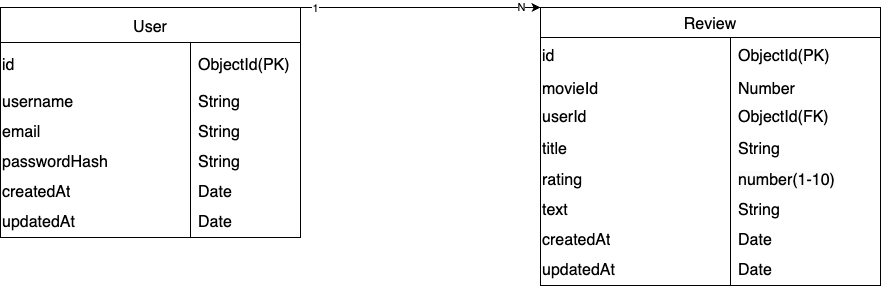
Before: src/diagrams/ER-digram.png, a diagram exported from draw.io (SaraM47/moviecritic-backend). Source tidied: cells renumbered, new cells last; positions are measured from the earlier drawing's top-left corner, leaving out a move shared by most shapes. Its diagram source:
```xml
<mxGraphModel>
  <root>
    <mxCell id="0" />
    <mxCell id="1" parent="0" />
    <mxCell id="2" value="User" style="shape=table;startSize=35;rowLines=0;fontStyle=0;strokeColor=default;fontSize=16;rounded=0;" parent="1" vertex="1">
      <mxGeometry width="300" height="230" as="geometry" />
    </mxCell>
    <mxCell id="3" style="shape=tableRow;horizontal=0;startSize=0;swimlaneHead=0;swimlaneBody=0;top=0;left=0;bottom=0;right=0;fillColor=none;strokeColor=inherit;fontSize=16;rounded=0;" parent="2" vertex="1">
      <mxGeometry y="35" width="300" height="45" as="geometry" />
    </mxCell>
    <mxCell id="4" value="id" style="shape=partialRectangle;html=1;whiteSpace=wrap;fillColor=none;top=0;left=0;bottom=0;right=0;overflow=hidden;strokeColor=inherit;fontSize=16;align=left;rounded=0;" parent="3" vertex="1">
      <mxGeometry width="190" height="45" as="geometry" />
    </mxCell>
    <mxCell id="5" value="&lt;span style=&quot;color: rgb(0, 0, 0);&quot;&gt;&lt;font&gt;ObjectId(PK)&lt;/font&gt;&lt;/span&gt;" style="shape=partialRectangle;html=1;whiteSpace=wrap;fillColor=none;top=0;left=0;bottom=0;right=0;align=left;spacingLeft=6;overflow=hidden;strokeColor=inherit;fontSize=16;rounded=0;strokeWidth=16;" parent="3" vertex="1">
      <mxGeometry x="190" width="110" height="45" as="geometry" />
    </mxCell>
    <mxCell id="6" style="shape=tableRow;horizontal=0;startSize=0;swimlaneHead=0;swimlaneBody=0;top=0;left=0;bottom=0;right=0;fillColor=none;strokeColor=inherit;fontSize=16;rounded=0;" parent="2" vertex="1">
      <mxGeometry y="80" width="300" height="30" as="geometry" />
    </mxCell>
    <mxCell id="7" value="username" style="shape=partialRectangle;html=1;whiteSpace=wrap;fillColor=none;top=0;left=0;bottom=0;right=0;overflow=hidden;strokeColor=inherit;fontSize=16;align=left;rounded=0;" parent="6" vertex="1">
      <mxGeometry width="190" height="30" as="geometry" />
    </mxCell>
    <mxCell id="8" value="String" style="shape=partialRectangle;html=1;whiteSpace=wrap;fillColor=none;top=0;left=0;bottom=0;right=0;align=left;spacingLeft=6;overflow=hidden;strokeColor=inherit;fontSize=16;rounded=0;strokeWidth=16;" parent="6" vertex="1">
      <mxGeometry x="190" width="110" height="30" as="geometry" />
    </mxCell>
    <mxCell id="9" style="shape=tableRow;horizontal=0;startSize=0;swimlaneHead=0;swimlaneBody=0;top=0;left=0;bottom=0;right=0;fillColor=none;strokeColor=inherit;fontSize=16;rounded=0;" parent="2" vertex="1">
      <mxGeometry y="110" width="300" height="30" as="geometry" />
    </mxCell>
    <mxCell id="10" value="email" style="shape=partialRectangle;html=1;whiteSpace=wrap;fillColor=none;top=0;left=0;bottom=0;right=0;overflow=hidden;strokeColor=inherit;fontSize=16;align=left;rounded=0;" parent="9" vertex="1">
      <mxGeometry width="190" height="30" as="geometry" />
    </mxCell>
    <mxCell id="11" value="&lt;span style=&quot;color: rgb(0, 0, 0);&quot;&gt;&lt;font&gt;String&lt;/font&gt;&lt;/span&gt;" style="shape=partialRectangle;html=1;whiteSpace=wrap;fillColor=none;top=0;left=0;bottom=0;right=0;align=left;spacingLeft=6;overflow=hidden;strokeColor=inherit;fontSize=16;rounded=0;strokeWidth=16;" parent="9" vertex="1">
      <mxGeometry x="190" width="110" height="30" as="geometry" />
    </mxCell>
    <mxCell id="12" style="shape=tableRow;horizontal=0;startSize=0;swimlaneHead=0;swimlaneBody=0;top=0;left=0;bottom=0;right=0;fillColor=none;strokeColor=inherit;fontSize=16;rounded=0;" parent="2" vertex="1">
      <mxGeometry y="140" width="300" height="30" as="geometry" />
    </mxCell>
    <mxCell id="13" value="passwordHash" style="shape=partialRectangle;html=1;whiteSpace=wrap;fillColor=none;top=0;left=0;bottom=0;right=0;overflow=hidden;strokeColor=inherit;fontSize=16;align=left;rounded=0;" parent="12" vertex="1">
      <mxGeometry width="190" height="30" as="geometry" />
    </mxCell>
    <mxCell id="14" value="String" style="shape=partialRectangle;html=1;whiteSpace=wrap;fillColor=none;top=0;left=0;bottom=0;right=0;align=left;spacingLeft=6;overflow=hidden;strokeColor=inherit;fontSize=16;rounded=0;" parent="12" vertex="1">
      <mxGeometry x="190" width="110" height="30" as="geometry" />
    </mxCell>
    <mxCell id="15" style="shape=tableRow;horizontal=0;startSize=0;swimlaneHead=0;swimlaneBody=0;top=0;left=0;bottom=0;right=0;fillColor=none;strokeColor=inherit;fontSize=16;rounded=0;" parent="2" vertex="1">
      <mxGeometry y="170" width="300" height="30" as="geometry" />
    </mxCell>
    <mxCell id="16" value="createdAt" style="shape=partialRectangle;html=1;whiteSpace=wrap;fillColor=none;top=0;left=0;bottom=0;right=0;overflow=hidden;strokeColor=inherit;fontSize=16;align=left;rounded=0;" parent="15" vertex="1">
      <mxGeometry width="190" height="30" as="geometry" />
    </mxCell>
    <mxCell id="17" value="Date" style="shape=partialRectangle;html=1;whiteSpace=wrap;fillColor=none;top=0;left=0;bottom=0;right=0;align=left;spacingLeft=6;overflow=hidden;strokeColor=inherit;fontSize=16;rounded=0;" parent="15" vertex="1">
      <mxGeometry x="190" width="110" height="30" as="geometry" />
    </mxCell>
    <mxCell id="18" style="shape=tableRow;horizontal=0;startSize=0;swimlaneHead=0;swimlaneBody=0;top=0;left=0;bottom=0;right=0;fillColor=none;strokeColor=inherit;fontSize=16;rounded=0;" parent="2" vertex="1">
      <mxGeometry y="200" width="300" height="30" as="geometry" />
    </mxCell>
    <mxCell id="19" value="updatedAt" style="shape=partialRectangle;html=1;whiteSpace=wrap;fillColor=none;top=0;left=0;bottom=0;right=0;overflow=hidden;strokeColor=inherit;fontSize=16;align=left;rounded=0;" parent="18" vertex="1">
      <mxGeometry width="190" height="30" as="geometry" />
    </mxCell>
    <mxCell id="20" value="Date" style="shape=partialRectangle;html=1;whiteSpace=wrap;fillColor=none;top=0;left=0;bottom=0;right=0;align=left;spacingLeft=6;overflow=hidden;strokeColor=inherit;fontSize=16;rounded=0;" parent="18" vertex="1">
      <mxGeometry x="190" width="110" height="30" as="geometry" />
    </mxCell>
    <mxCell id="21" value="Review" style="shape=table;startSize=30;rowLines=0;fontStyle=0;strokeColor=default;fontSize=16;rounded=0;" parent="1" vertex="1">
      <mxGeometry x="540" width="340" height="278" as="geometry" />
    </mxCell>
    <mxCell id="22" style="shape=tableRow;horizontal=0;startSize=0;swimlaneHead=0;swimlaneBody=0;top=0;left=0;bottom=0;right=0;fillColor=none;strokeColor=inherit;fontSize=16;rounded=0;" parent="21" vertex="1">
      <mxGeometry y="30" width="340" height="38" as="geometry" />
    </mxCell>
    <mxCell id="23" value="id" style="shape=partialRectangle;html=1;whiteSpace=wrap;fillColor=none;top=0;left=0;bottom=0;right=0;overflow=hidden;strokeColor=inherit;fontSize=16;align=left;rounded=0;" parent="22" vertex="1">
      <mxGeometry width="190" height="38" as="geometry" />
    </mxCell>
    <mxCell id="24" value="&lt;span style=&quot;color: rgb(0, 0, 0);&quot;&gt;ObjectId&lt;/span&gt;(PK)" style="shape=partialRectangle;html=1;whiteSpace=wrap;fillColor=none;top=0;left=0;bottom=0;right=0;align=left;spacingLeft=6;overflow=hidden;strokeColor=inherit;fontSize=16;rounded=0;" parent="22" vertex="1">
      <mxGeometry x="190" width="150" height="38" as="geometry" />
    </mxCell>
    <mxCell id="25" style="shape=tableRow;horizontal=0;startSize=0;swimlaneHead=0;swimlaneBody=0;top=0;left=0;bottom=0;right=0;fillColor=none;strokeColor=inherit;fontSize=16;rounded=0;" parent="21" vertex="1">
      <mxGeometry y="68" width="340" height="27" as="geometry" />
    </mxCell>
    <mxCell id="26" value="movieId" style="shape=partialRectangle;html=1;whiteSpace=wrap;fillColor=none;top=0;left=0;bottom=0;right=0;overflow=hidden;strokeColor=inherit;fontSize=16;align=left;rounded=0;" parent="25" vertex="1">
      <mxGeometry width="190" height="27" as="geometry" />
    </mxCell>
    <mxCell id="27" value="Number" style="shape=partialRectangle;html=1;whiteSpace=wrap;fillColor=none;top=0;left=0;bottom=0;right=0;align=left;spacingLeft=6;overflow=hidden;strokeColor=inherit;fontSize=16;rounded=0;" parent="25" vertex="1">
      <mxGeometry x="190" width="150" height="27" as="geometry" />
    </mxCell>
    <mxCell id="28" style="shape=tableRow;horizontal=0;startSize=0;swimlaneHead=0;swimlaneBody=0;top=0;left=0;bottom=0;right=0;fillColor=none;strokeColor=inherit;fontSize=16;rounded=0;" parent="21" vertex="1">
      <mxGeometry y="95" width="340" height="30" as="geometry" />
    </mxCell>
    <mxCell id="29" value="userId" style="shape=partialRectangle;html=1;whiteSpace=wrap;fillColor=none;top=0;left=0;bottom=0;right=0;overflow=hidden;strokeColor=inherit;fontSize=16;align=left;rounded=0;" parent="28" vertex="1">
      <mxGeometry width="190" height="30" as="geometry" />
    </mxCell>
    <mxCell id="30" value="ObjectId(FK)" style="shape=partialRectangle;html=1;whiteSpace=wrap;fillColor=none;top=0;left=0;bottom=0;right=0;align=left;spacingLeft=6;overflow=hidden;strokeColor=inherit;fontSize=16;rounded=0;" parent="28" vertex="1">
      <mxGeometry x="190" width="150" height="30" as="geometry" />
    </mxCell>
    <mxCell id="31" style="shape=tableRow;horizontal=0;startSize=0;swimlaneHead=0;swimlaneBody=0;top=0;left=0;bottom=0;right=0;fillColor=none;strokeColor=inherit;fontSize=16;rounded=0;" parent="21" vertex="1">
      <mxGeometry y="125" width="340" height="33" as="geometry" />
    </mxCell>
    <mxCell id="32" value="title" style="shape=partialRectangle;html=1;whiteSpace=wrap;fillColor=none;top=0;left=0;bottom=0;right=0;overflow=hidden;strokeColor=inherit;fontSize=16;align=left;rounded=0;" parent="31" vertex="1">
      <mxGeometry width="190" height="33" as="geometry" />
    </mxCell>
    <mxCell id="33" value="&lt;span style=&quot;color: rgb(0, 0, 0);&quot;&gt;String&lt;/span&gt;" style="shape=partialRectangle;html=1;whiteSpace=wrap;fillColor=none;top=0;left=0;bottom=0;right=0;align=left;spacingLeft=6;overflow=hidden;strokeColor=inherit;fontSize=16;rounded=0;" parent="31" vertex="1">
      <mxGeometry x="190" width="150" height="33" as="geometry" />
    </mxCell>
    <mxCell id="34" style="shape=tableRow;horizontal=0;startSize=0;swimlaneHead=0;swimlaneBody=0;top=0;left=0;bottom=0;right=0;fillColor=none;strokeColor=inherit;fontSize=16;rounded=0;" parent="21" vertex="1">
      <mxGeometry y="158" width="340" height="30" as="geometry" />
    </mxCell>
    <mxCell id="35" value="rating" style="shape=partialRectangle;html=1;whiteSpace=wrap;fillColor=none;top=0;left=0;bottom=0;right=0;overflow=hidden;strokeColor=inherit;fontSize=16;align=left;rounded=0;" parent="34" vertex="1">
      <mxGeometry width="190" height="30" as="geometry" />
    </mxCell>
    <mxCell id="36" value="&lt;span style=&quot;color: rgb(0, 0, 0); font-family: Helvetica; font-size: 16px; font-style: normal; font-variant-ligatures: normal; font-variant-caps: normal; font-weight: 400; letter-spacing: normal; orphans: 2; text-align: left; text-indent: 0px; text-transform: none; widows: 2; word-spacing: 0px; -webkit-text-stroke-width: 0px; white-space: normal; background-color: rgb(251, 251, 251); text-decoration-thickness: initial; text-decoration-style: initial; text-decoration-color: initial; display: inline !important; float: none;&quot;&gt;number(1-10)&lt;/span&gt;" style="shape=partialRectangle;html=1;whiteSpace=wrap;fillColor=none;top=0;left=0;bottom=0;right=0;align=left;spacingLeft=6;overflow=hidden;strokeColor=inherit;fontSize=16;rounded=0;" parent="34" vertex="1">
      <mxGeometry x="190" width="150" height="30" as="geometry" />
    </mxCell>
    <mxCell id="37" style="shape=tableRow;horizontal=0;startSize=0;swimlaneHead=0;swimlaneBody=0;top=0;left=0;bottom=0;right=0;fillColor=none;strokeColor=inherit;fontSize=16;rounded=0;" parent="21" vertex="1">
      <mxGeometry y="188" width="340" height="30" as="geometry" />
    </mxCell>
    <mxCell id="38" value="text" style="shape=partialRectangle;html=1;whiteSpace=wrap;fillColor=none;top=0;left=0;bottom=0;right=0;overflow=hidden;strokeColor=inherit;fontSize=16;align=left;rounded=0;" parent="37" vertex="1">
      <mxGeometry width="190" height="30" as="geometry" />
    </mxCell>
    <mxCell id="39" value="String" style="shape=partialRectangle;html=1;whiteSpace=wrap;fillColor=none;top=0;left=0;bottom=0;right=0;align=left;spacingLeft=6;overflow=hidden;strokeColor=inherit;fontSize=16;rounded=0;" parent="37" vertex="1">
      <mxGeometry x="190" width="150" height="30" as="geometry" />
    </mxCell>
    <mxCell id="40" style="shape=tableRow;horizontal=0;startSize=0;swimlaneHead=0;swimlaneBody=0;top=0;left=0;bottom=0;right=0;fillColor=none;strokeColor=inherit;fontSize=16;rounded=0;" parent="21" vertex="1">
      <mxGeometry y="218" width="340" height="30" as="geometry" />
    </mxCell>
    <mxCell id="41" value="createdAt" style="shape=partialRectangle;html=1;whiteSpace=wrap;fillColor=none;top=0;left=0;bottom=0;right=0;overflow=hidden;strokeColor=inherit;fontSize=16;align=left;rounded=0;" parent="40" vertex="1">
      <mxGeometry width="190" height="30" as="geometry" />
    </mxCell>
    <mxCell id="42" value="&lt;span style=&quot;color: rgb(0, 0, 0);&quot;&gt;Date&lt;/span&gt;" style="shape=partialRectangle;html=1;whiteSpace=wrap;fillColor=none;top=0;left=0;bottom=0;right=0;align=left;spacingLeft=6;overflow=hidden;strokeColor=inherit;fontSize=16;rounded=0;" parent="40" vertex="1">
      <mxGeometry x="190" width="150" height="30" as="geometry" />
    </mxCell>
    <mxCell id="43" style="shape=tableRow;horizontal=0;startSize=0;swimlaneHead=0;swimlaneBody=0;top=0;left=0;bottom=0;right=0;fillColor=none;strokeColor=inherit;fontSize=16;rounded=0;" parent="21" vertex="1">
      <mxGeometry y="248" width="340" height="30" as="geometry" />
    </mxCell>
    <mxCell id="44" value="updatedAt" style="shape=partialRectangle;html=1;whiteSpace=wrap;fillColor=none;top=0;left=0;bottom=0;right=0;overflow=hidden;strokeColor=inherit;fontSize=16;align=left;rounded=0;" parent="43" vertex="1">
      <mxGeometry width="190" height="30" as="geometry" />
    </mxCell>
    <mxCell id="45" value="Date" style="shape=partialRectangle;html=1;whiteSpace=wrap;fillColor=none;top=0;left=0;bottom=0;right=0;align=left;spacingLeft=6;overflow=hidden;strokeColor=inherit;fontSize=16;rounded=0;" parent="43" vertex="1">
      <mxGeometry x="190" width="150" height="30" as="geometry" />
    </mxCell>
    <mxCell id="46" style="edgeStyle=none;html=1;exitX=1;exitY=0;exitDx=0;exitDy=0;entryX=0;entryY=0;entryDx=0;entryDy=0;" parent="1" edge="1" source="2" target="21">
      <mxGeometry relative="1" as="geometry" />
    </mxCell>
    <mxCell id="47" value="1" style="edgeLabel;html=1;align=center;verticalAlign=middle;" parent="46" vertex="1">
      <mxGeometry x="-0.88" relative="1" as="geometry" />
    </mxCell>
    <mxCell id="48" value="N" style="edgeLabel;html=1;align=center;verticalAlign=middle;" parent="46" vertex="1">
      <mxGeometry x="0.83" y="1" relative="1" as="geometry" />
    </mxCell>
  </root>
</mxGraphModel>
```
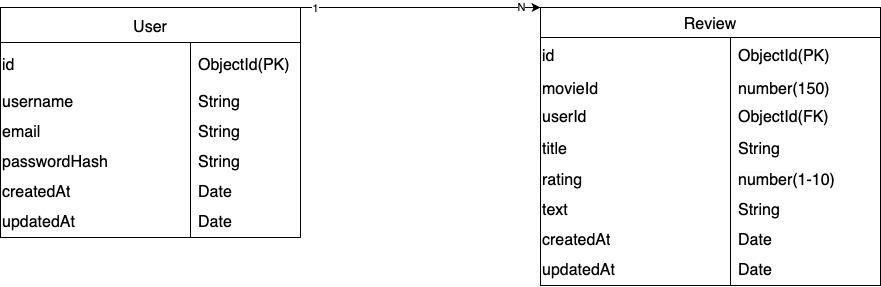
The same file after the commit.

Commit message:
Had to add white bg color to make tables visible

Change to the diagram source:
```diff
@@ -1,4 +1,4 @@
-<mxGraphModel>
+<mxGraphModel background="#FFFFFF">
   <root>
     <mxCell id="0" />
     <mxCell id="1" parent="0" />
@@ -77,7 +77,7 @@
     <mxCell id="26" value="movieId" style="shape=partialRectangle;html=1;whiteSpace=wrap;fillColor=none;top=0;left=0;bottom=0;right=0;overflow=hidden;strokeColor=inherit;fontSize=16;align=left;rounded=0;" parent="25" vertex="1">
       <mxGeometry width="190" height="27" as="geometry" />
     </mxCell>
-    <mxCell id="27" value="Number" style="shape=partialRectangle;html=1;whiteSpace=wrap;fillColor=none;top=0;left=0;bottom=0;right=0;align=left;spacingLeft=6;overflow=hidden;strokeColor=inherit;fontSize=16;rounded=0;" parent="25" vertex="1">
+    <mxCell id="27" value="number(150)" style="shape=partialRectangle;html=1;whiteSpace=wrap;fillColor=none;top=0;left=0;bottom=0;right=0;align=left;spacingLeft=6;overflow=hidden;strokeColor=inherit;fontSize=16;rounded=0;" parent="25" vertex="1">
       <mxGeometry x="190" width="150" height="27" as="geometry" />
     </mxCell>
     <mxCell id="28" style="shape=tableRow;horizontal=0;startSize=0;swimlaneHead=0;swimlaneBody=0;top=0;left=0;bottom=0;right=0;fillColor=none;strokeColor=inherit;fontSize=16;rounded=0;" parent="21" vertex="1">
```
